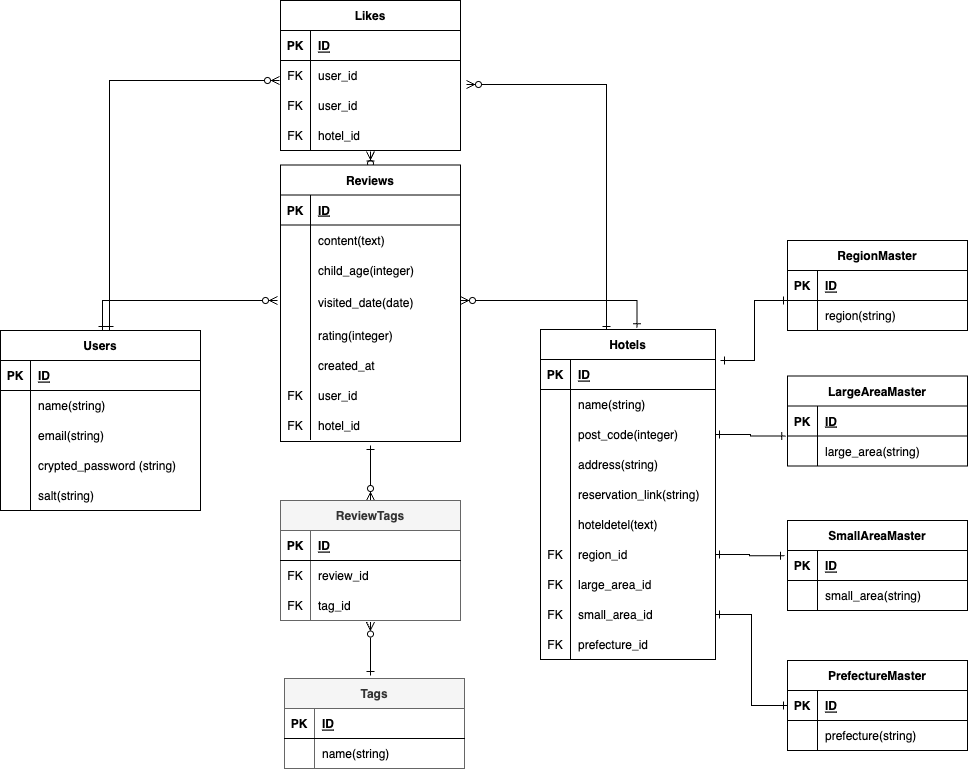
The draw.io diagram ER.drawio.png in ogawasayaka/child-friendly_hotel, before a commit. Source tidied: cells renumbered, new cells last; positions are measured from the earlier drawing's top-left corner, leaving out a move shared by most shapes.
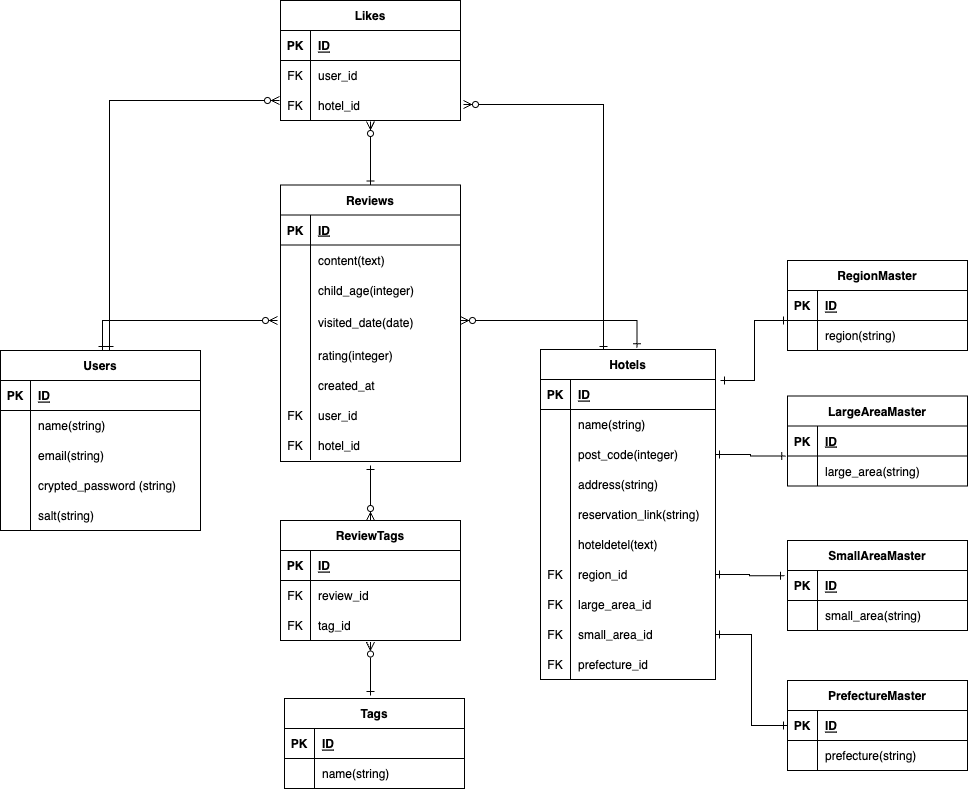
Above is the later version.

Diff of the diagram source:
```diff
@@ -72,13 +72,14 @@
     <mxCell id="19" value="salt(string)" style="shape=partialRectangle;fillColor=none;top=0;left=0;bottom=0;right=0;align=left;spacingLeft=6;overflow=hidden;" parent="17" vertex="1">
       <mxGeometry x="30" width="170" height="30" as="geometry" />
     </mxCell>
-    <mxCell id="20" style="edgeStyle=elbowEdgeStyle;rounded=0;html=1;startArrow=ERone;startFill=0;endArrow=ERzeroToMany;endFill=0;exitX=0.377;exitY=0.003;exitDx=0;exitDy=0;exitPerimeter=0;" parent="1" edge="1" source="21">
+    <mxCell id="20" style="edgeStyle=elbowEdgeStyle;rounded=0;html=1;startArrow=ERone;startFill=0;endArrow=ERzeroToMany;endFill=0;exitX=0.377;exitY=0.003;exitDx=0;exitDy=0;exitPerimeter=0;" parent="1" edge="1">
       <mxGeometry relative="1" as="geometry">
-        <mxPoint x="466" y="84" as="targetPoint" />
+        <mxPoint x="603" y="330" as="sourcePoint" />
+        <mxPoint x="463" y="84" as="targetPoint" />
         <Array as="points">
-          <mxPoint x="606" y="134" />
-          <mxPoint x="606" y="134" />
-          <mxPoint x="606" y="204" />
+          <mxPoint x="603" y="134" />
+          <mxPoint x="603" y="134" />
+          <mxPoint x="603" y="204" />
         </Array>
       </mxGeometry>
     </mxCell>
@@ -260,7 +261,7 @@
       <mxGeometry x="30" width="150" height="30" as="geometry" />
     </mxCell>
     <mxCell id="79" value="Likes" style="shape=table;startSize=30;rowLines=0;fontStyle=1;align=center;" parent="1" vertex="1">
-      <mxGeometry x="280" width="180" height="150" as="geometry" />
+      <mxGeometry x="280" y="-20" width="180" height="120" as="geometry" />
     </mxCell>
     <mxCell id="80" style="shape=tableRow;horizontal=0;startSize=0;swimlaneHead=0;swimlaneBody=0;fillColor=none;top=0;left=0;right=0;bottom=1;" parent="79" vertex="1">
       <mxGeometry y="30" width="180" height="30" as="geometry" />
@@ -280,17 +281,8 @@
     <mxCell id="85" value="user_id" style="shape=partialRectangle;fillColor=none;top=0;left=0;bottom=0;right=0;align=left;spacingLeft=6;overflow=hidden;" parent="83" vertex="1">
       <mxGeometry x="30" width="150" height="30" as="geometry" />
     </mxCell>
-    <mxCell id="86" style="shape=tableRow;horizontal=0;startSize=0;swimlaneHead=0;swimlaneBody=0;fillColor=none;top=0;left=0;right=0;bottom=0;" parent="79" vertex="1">
-      <mxGeometry y="90" width="180" height="30" as="geometry" />
-    </mxCell>
-    <mxCell id="87" value="FK" style="shape=partialRectangle;fillColor=none;top=0;left=0;bottom=0;right=0;overflow=hidden;" parent="86" vertex="1">
-      <mxGeometry width="30" height="30" as="geometry" />
-    </mxCell>
-    <mxCell id="88" value="user_id" style="shape=partialRectangle;fillColor=none;top=0;left=0;bottom=0;right=0;align=left;spacingLeft=6;overflow=hidden;" parent="86" vertex="1">
-      <mxGeometry x="30" width="150" height="30" as="geometry" />
-    </mxCell>
     <mxCell id="89" style="shape=tableRow;horizontal=0;startSize=0;swimlaneHead=0;swimlaneBody=0;fillColor=none;points=[[0,0.5],[1,0.5]];portConstraint=eastwest;top=0;left=0;right=0;bottom=0;" parent="79" vertex="1">
-      <mxGeometry y="120" width="180" height="30" as="geometry" />
+      <mxGeometry y="90" width="180" height="30" as="geometry" />
     </mxCell>
     <mxCell id="90" value="FK" style="shape=partialRectangle;fillColor=none;top=0;left=0;bottom=0;right=0;overflow=hidden;" parent="89" vertex="1">
       <mxGeometry width="30" height="30" as="geometry" />
@@ -412,7 +404,7 @@
     <mxCell id="125" style="edgeStyle=elbowEdgeStyle;rounded=0;html=1;exitX=1;exitY=0.5;exitDx=0;exitDy=0;entryX=0;entryY=0.5;entryDx=0;entryDy=0;startArrow=ERone;startFill=0;endArrow=ERone;endFill=0;" parent="1" edge="1" source="46" target="114">
       <mxGeometry relative="1" as="geometry" />
     </mxCell>
-    <mxCell id="126" value="ReviewTags" style="shape=table;startSize=30;rowLines=0;fontStyle=1;align=center;fillColor=#f5f5f5;fontColor=#333333;strokeColor=#666666;" parent="1" vertex="1">
+    <mxCell id="126" value="ReviewTags" style="shape=table;startSize=30;rowLines=0;fontStyle=1;align=center;fillColor=#FFFFFF;" parent="1" vertex="1">
       <mxGeometry x="280" y="500" width="180" height="120" as="geometry" />
     </mxCell>
     <mxCell id="127" style="shape=tableRow;horizontal=0;startSize=0;swimlaneHead=0;swimlaneBody=0;fillColor=none;top=0;left=0;right=0;bottom=1;" parent="126" vertex="1">
@@ -442,7 +434,7 @@
     <mxCell id="135" value="tag_id" style="shape=partialRectangle;fillColor=none;top=0;left=0;bottom=0;right=0;align=left;spacingLeft=6;overflow=hidden;" parent="133" vertex="1">
       <mxGeometry x="30" width="150" height="30" as="geometry" />
     </mxCell>
-    <mxCell id="136" value="Tags" style="shape=table;startSize=30;rowLines=0;fontStyle=1;align=center;fillColor=#f5f5f5;fontColor=#333333;strokeColor=#666666;" parent="1" vertex="1">
+    <mxCell id="136" value="Tags" style="shape=table;startSize=30;rowLines=0;fontStyle=1;align=center;fillColor=#FFFFFF;" parent="1" vertex="1">
       <mxGeometry x="284" y="678" width="180" height="90" as="geometry" />
     </mxCell>
     <mxCell id="137" style="shape=tableRow;horizontal=0;startSize=0;swimlaneHead=0;swimlaneBody=0;fillColor=none;top=0;left=0;right=0;bottom=1;" parent="136" vertex="1">
```
